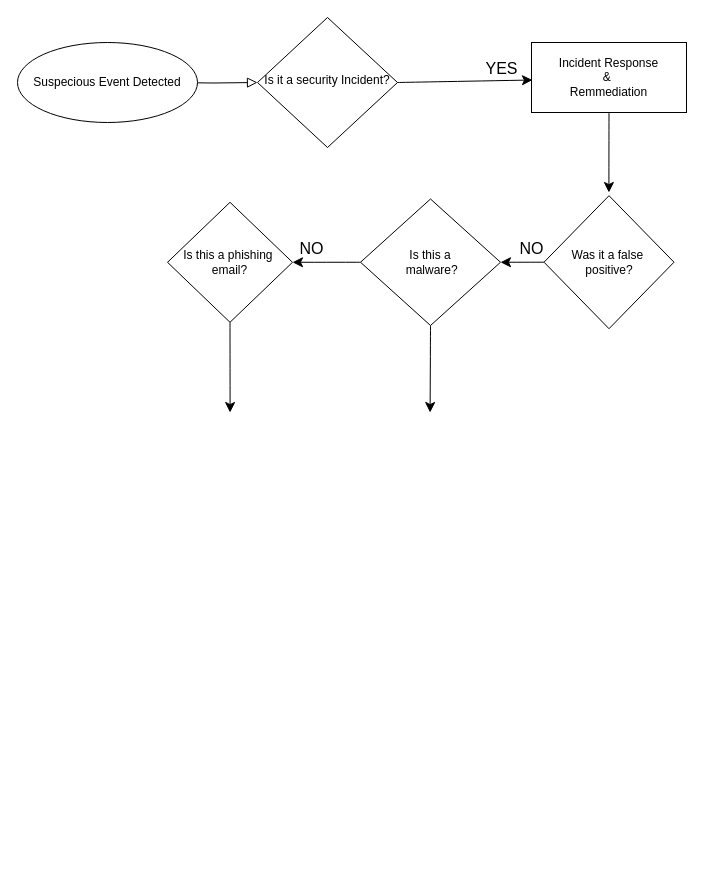
Harvey-Sijenyi/Incident-Response-Plan keeps this draw.io diagram as Untitled Diagram.drawio. Above is the earlier version. Source tidied: cells renumbered, new cells numbered last; positions are measured from the earlier drawing's top-left corner, leaving out a move shared by most shapes. Both pictures are drawn from the tidied source at 100%, with x=0, y=0 at pixel (17, 17).
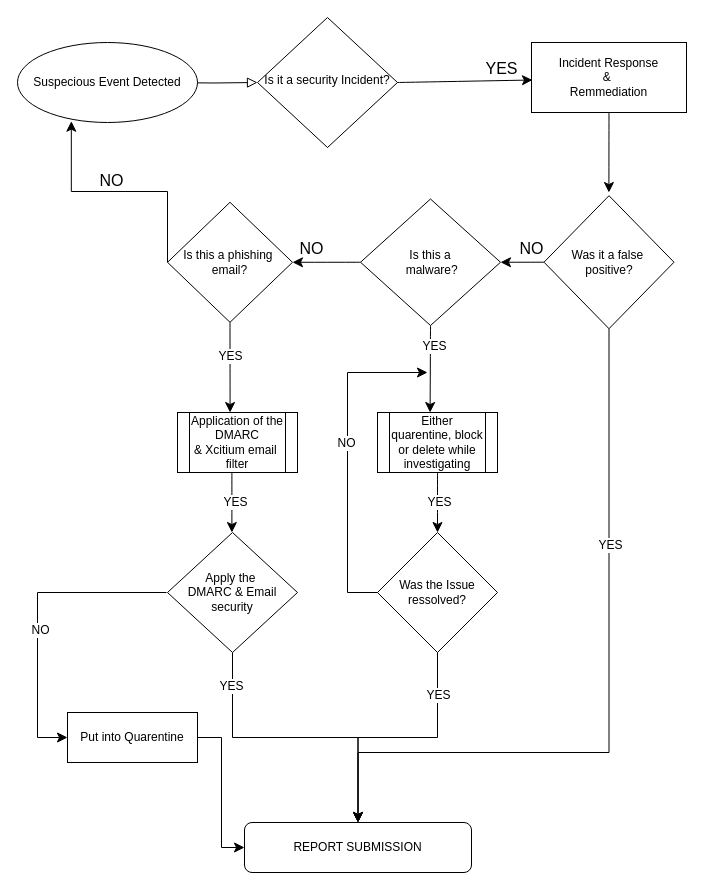
After the change.

Unchanged cells that the change refers to:
```xml
<mxCell id="5" value="Suspecious Event Detected" style="ellipse;whiteSpace=wrap;html=1;" parent="1" vertex="1">
  <mxGeometry y="25" width="180" height="80" as="geometry" />
</mxCell>
<mxCell id="9" value="Was it a false&amp;nbsp;&lt;div&gt;positive?&lt;/div&gt;" style="rhombus;whiteSpace=wrap;html=1;" parent="1" vertex="1">
  <mxGeometry x="526.5" y="178.2" width="130" height="133" as="geometry" />
</mxCell>
<mxCell id="10" style="edgeStyle=none;curved=1;rounded=0;jettySize=auto;html=1;exitX=0.5;exitY=1;exitDx=0;exitDy=0;fontSize=12;startSize=8;endSize=8;" parent="1" edge="1" source="11">
  <mxGeometry relative="1" as="geometry">
    <mxPoint x="212.6" y="395" as="targetPoint" />
  </mxGeometry>
</mxCell>
<mxCell id="11" value="Is this a phishing&amp;nbsp;&lt;div&gt;email?&lt;/div&gt;" style="rhombus;whiteSpace=wrap;html=1;" parent="1" vertex="1">
  <mxGeometry x="150" y="184.8" width="125" height="120" as="geometry" />
</mxCell>
<mxCell id="13" style="edgeStyle=none;curved=1;rounded=0;jettySize=auto;html=1;exitX=0.5;exitY=1;exitDx=0;exitDy=0;fontSize=12;startSize=8;endSize=8;" parent="1" edge="1" source="14">
  <mxGeometry relative="1" as="geometry">
    <mxPoint x="412.6" y="395" as="targetPoint" />
  </mxGeometry>
</mxCell>
```

Diff of the diagram source:
```diff
@@
+    <mxCell id="18" value="YES" style="edgeLabel;html=1;align=center;verticalAlign=middle;fontSize=12;" parent="10" vertex="1">
+      <mxGeometry x="-0.24" relative="1" as="geometry" />
+    </mxCell>
@@
+    <mxCell id="19" value="YES" style="edgeLabel;html=1;align=center;verticalAlign=middle;fontSize=12;" parent="13" vertex="1">
+      <mxGeometry x="-0.53" y="4" relative="1" as="geometry" />
+    </mxCell>
@@
+    <mxCell id="20" value="Either quarentine, block or delete while investigating" style="shape=process;whiteSpace=wrap;html=1;backgroundOutline=1;" parent="1" vertex="1">
+      <mxGeometry x="360" y="395" width="120" height="60" as="geometry" />
+    </mxCell>
+    <mxCell id="21" value="Application of the DMARC&lt;div&gt;&amp;amp; Xcitium email&amp;nbsp;&lt;/div&gt;&lt;div&gt;filter&lt;/div&gt;" style="shape=process;whiteSpace=wrap;html=1;backgroundOutline=1;" parent="1" vertex="1">
+      <mxGeometry x="160" y="395" width="120" height="60" as="geometry" />
+    </mxCell>
+    <mxCell id="22" style="edgeStyle=elbowEdgeStyle;elbow=vertical;endArrow=classic;html=1;curved=0;rounded=0;endSize=8;startSize=8;fontSize=12;exitX=0;exitY=0.5;exitDx=0;exitDy=0;entryX=0.299;entryY=0.984;entryDx=0;entryDy=0;entryPerimeter=0;" parent="1" edge="1" source="11" target="5">
+      <mxGeometry relative="1" as="geometry" />
+    </mxCell>
+    <mxCell id="23" value="NO" style="text;html=1;align=center;verticalAlign=middle;strokeColor=none;fillColor=none;fontSize=16;" parent="1" vertex="1">
+      <mxGeometry x="69" y="148.2" width="50" height="30" as="geometry" />
+    </mxCell>
+    <mxCell id="24" value="Apply the&amp;nbsp;&lt;div&gt;DMARC &amp;amp; Email&lt;div&gt;security&lt;/div&gt;&lt;/div&gt;" style="rhombus;whiteSpace=wrap;html=1;" parent="1" vertex="1">
+      <mxGeometry x="150" y="515" width="130" height="120" as="geometry" />
+    </mxCell>
+    <mxCell id="25" value="Was the Issue ressolved?" style="rhombus;whiteSpace=wrap;html=1;" parent="1" vertex="1">
+      <mxGeometry x="360" y="515" width="120" height="120" as="geometry" />
+    </mxCell>
+    <mxCell id="26" style="endArrow=classic;html=1;rounded=0;fontSize=12;startSize=8;endSize=8;curved=1;exitX=0.5;exitY=1;exitDx=0;exitDy=0;entryX=0.5;entryY=0;entryDx=0;entryDy=0;" parent="1" edge="1" source="20" target="25">
+      <mxGeometry relative="1" as="geometry" />
+    </mxCell>
+    <mxCell id="27" value="YES" style="edgeLabel;html=1;align=center;verticalAlign=middle;fontSize=12;" parent="26" vertex="1">
+      <mxGeometry x="-0.05" y="1" relative="1" as="geometry" />
+    </mxCell>
+    <mxCell id="28" style="endArrow=classic;html=1;rounded=0;fontSize=12;startSize=8;endSize=8;curved=1;exitX=0.5;exitY=1;exitDx=0;exitDy=0;entryX=0.5;entryY=0;entryDx=0;entryDy=0;" parent="1" edge="1">
+      <mxGeometry relative="1" as="geometry">
+        <mxPoint x="214.4" y="455" as="sourcePoint" />
+        <mxPoint x="214.4" y="515" as="targetPoint" />
+      </mxGeometry>
+    </mxCell>
+    <mxCell id="29" value="YES" style="edgeLabel;html=1;align=center;verticalAlign=middle;fontSize=12;" parent="28" vertex="1">
+      <mxGeometry x="-0.02" y="3" relative="1" as="geometry" />
+    </mxCell>
+    <mxCell id="30" style="edgeStyle=elbowEdgeStyle;elbow=horizontal;endArrow=classic;html=1;curved=0;rounded=0;endSize=8;startSize=8;fontSize=12;" parent="1" edge="1">
+      <mxGeometry relative="1" as="geometry">
+        <mxPoint x="360" y="575" as="sourcePoint" />
+        <mxPoint x="410" y="355" as="targetPoint" />
+        <Array as="points">
+          <mxPoint x="330" y="535" />
+        </Array>
+      </mxGeometry>
+    </mxCell>
+    <mxCell id="31" value="NO" style="edgeLabel;html=1;align=center;verticalAlign=middle;fontSize=12;" parent="30" vertex="1">
+      <mxGeometry x="0.09" y="2" relative="1" as="geometry" />
+    </mxCell>
+    <mxCell id="32" style="edgeStyle=elbowEdgeStyle;elbow=horizontal;endArrow=classic;html=1;curved=0;rounded=0;endSize=8;startSize=8;fontSize=12;entryX=0;entryY=0.5;entryDx=0;entryDy=0;" parent="1" edge="1" target="41">
+      <mxGeometry relative="1" as="geometry">
+        <mxPoint x="149" y="575" as="sourcePoint" />
+        <Array as="points">
+          <mxPoint x="20" y="595" />
+        </Array>
+      </mxGeometry>
+    </mxCell>
+    <mxCell id="33" value="NO" style="edgeLabel;html=1;align=center;verticalAlign=middle;fontSize=12;" parent="32" vertex="1">
+      <mxGeometry x="0.09" y="2" relative="1" as="geometry" />
+    </mxCell>
+    <mxCell id="34" value="REPORT SUBMISSION" style="rounded=1;whiteSpace=wrap;html=1;" parent="1" vertex="1">
+      <mxGeometry x="227" y="805" width="227" height="50" as="geometry" />
+    </mxCell>
+    <mxCell id="35" style="edgeStyle=elbowEdgeStyle;elbow=vertical;endArrow=classic;html=1;curved=0;rounded=0;endSize=8;startSize=8;fontSize=12;exitX=0.5;exitY=1;exitDx=0;exitDy=0;" parent="1" edge="1" source="9" target="34">
+      <mxGeometry relative="1" as="geometry">
+        <Array as="points">
+          <mxPoint x="620" y="735" />
+        </Array>
+      </mxGeometry>
+    </mxCell>
+    <mxCell id="36" value="YES" style="edgeLabel;html=1;align=center;verticalAlign=middle;fontSize=12;" parent="35" vertex="1">
+      <mxGeometry x="-0.42" y="1" relative="1" as="geometry" />
+    </mxCell>
+    <mxCell id="37" style="edgeStyle=elbowEdgeStyle;elbow=vertical;endArrow=classic;html=1;curved=0;rounded=0;endSize=8;startSize=8;fontSize=12;exitX=0.5;exitY=1;exitDx=0;exitDy=0;entryX=0.5;entryY=0;entryDx=0;entryDy=0;" parent="1" edge="1" source="24" target="34">
+      <mxGeometry relative="1" as="geometry" />
+    </mxCell>
+    <mxCell id="38" value="YES" style="edgeLabel;html=1;align=center;verticalAlign=middle;fontSize=12;" parent="37" vertex="1">
+      <mxGeometry x="-0.78" y="-2" relative="1" as="geometry" />
+    </mxCell>
+    <mxCell id="39" style="edgeStyle=elbowEdgeStyle;elbow=vertical;endArrow=classic;html=1;curved=0;rounded=0;endSize=8;startSize=8;fontSize=12;exitX=0.5;exitY=1;exitDx=0;exitDy=0;entryX=0.5;entryY=0;entryDx=0;entryDy=0;" parent="1" edge="1" source="25" target="34">
+      <mxGeometry relative="1" as="geometry" />
+    </mxCell>
+    <mxCell id="40" value="YES" style="edgeLabel;html=1;align=center;verticalAlign=middle;fontSize=12;" parent="39" vertex="1">
+      <mxGeometry x="-0.66" relative="1" as="geometry" />
+    </mxCell>
+    <mxCell id="41" value="Put into Quarentine" style="rounded=0;whiteSpace=wrap;html=1;" parent="1" vertex="1">
+      <mxGeometry x="50" y="695" width="130" height="50" as="geometry" />
+    </mxCell>
+    <mxCell id="42" style="edgeStyle=elbowEdgeStyle;elbow=horizontal;endArrow=classic;html=1;curved=0;rounded=0;endSize=8;startSize=8;fontSize=12;exitX=1;exitY=0.5;exitDx=0;exitDy=0;entryX=0;entryY=0.5;entryDx=0;entryDy=0;" parent="1" edge="1" source="41" target="34">
+      <mxGeometry relative="1" as="geometry" />
+    </mxCell>
```
